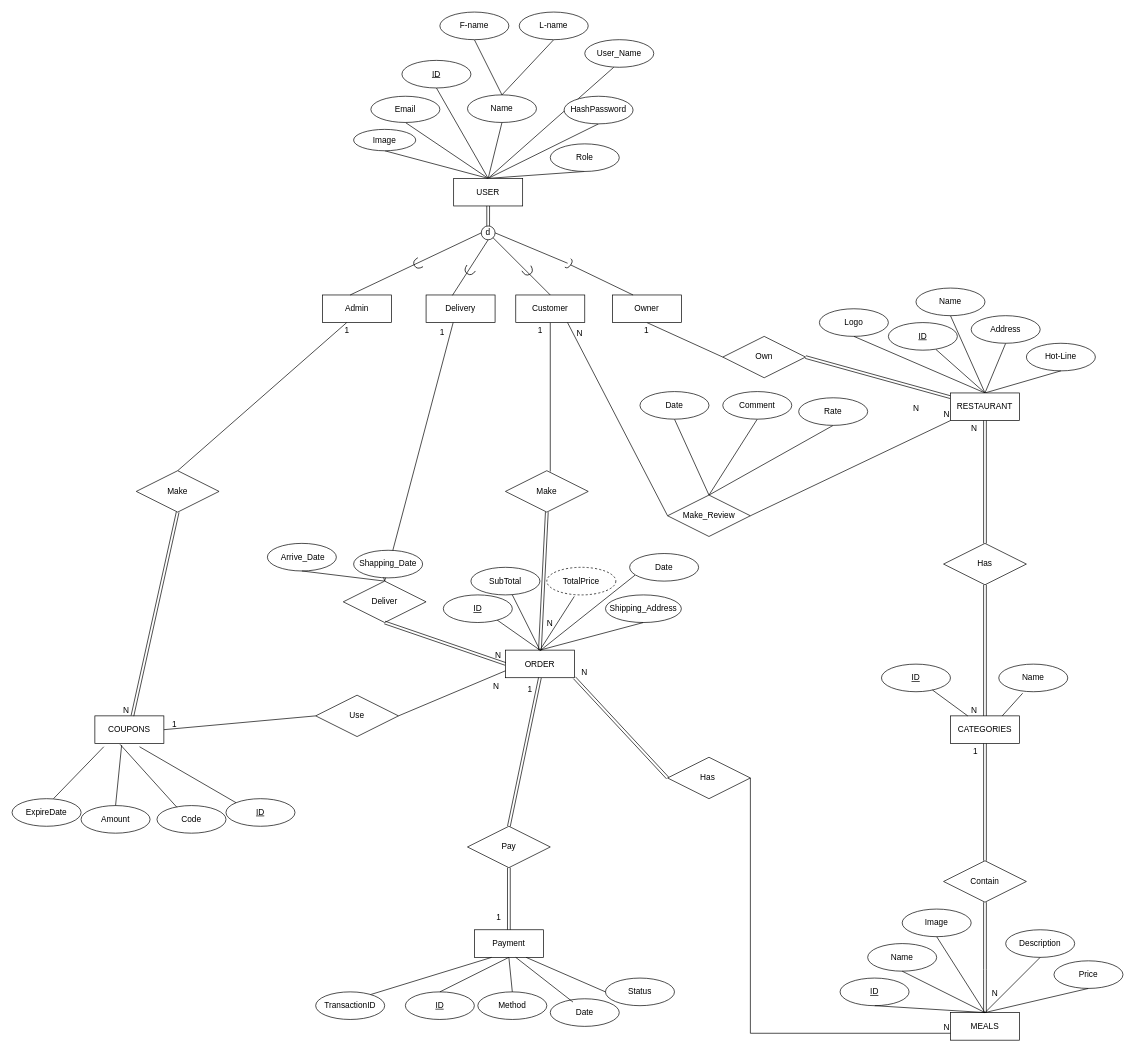
This is Online-food.drawio from aya-abdelmageed/Order-Food-Online-System, a draw.io file, before an edit. Source tidied: cells renumbered, new cells numbered last; positions are measured from the earlier drawing's top-left corner, leaving out a move shared by most shapes. Both pictures are drawn from the tidied source at 69%, with x=0, y=0 at pixel (12, 12).
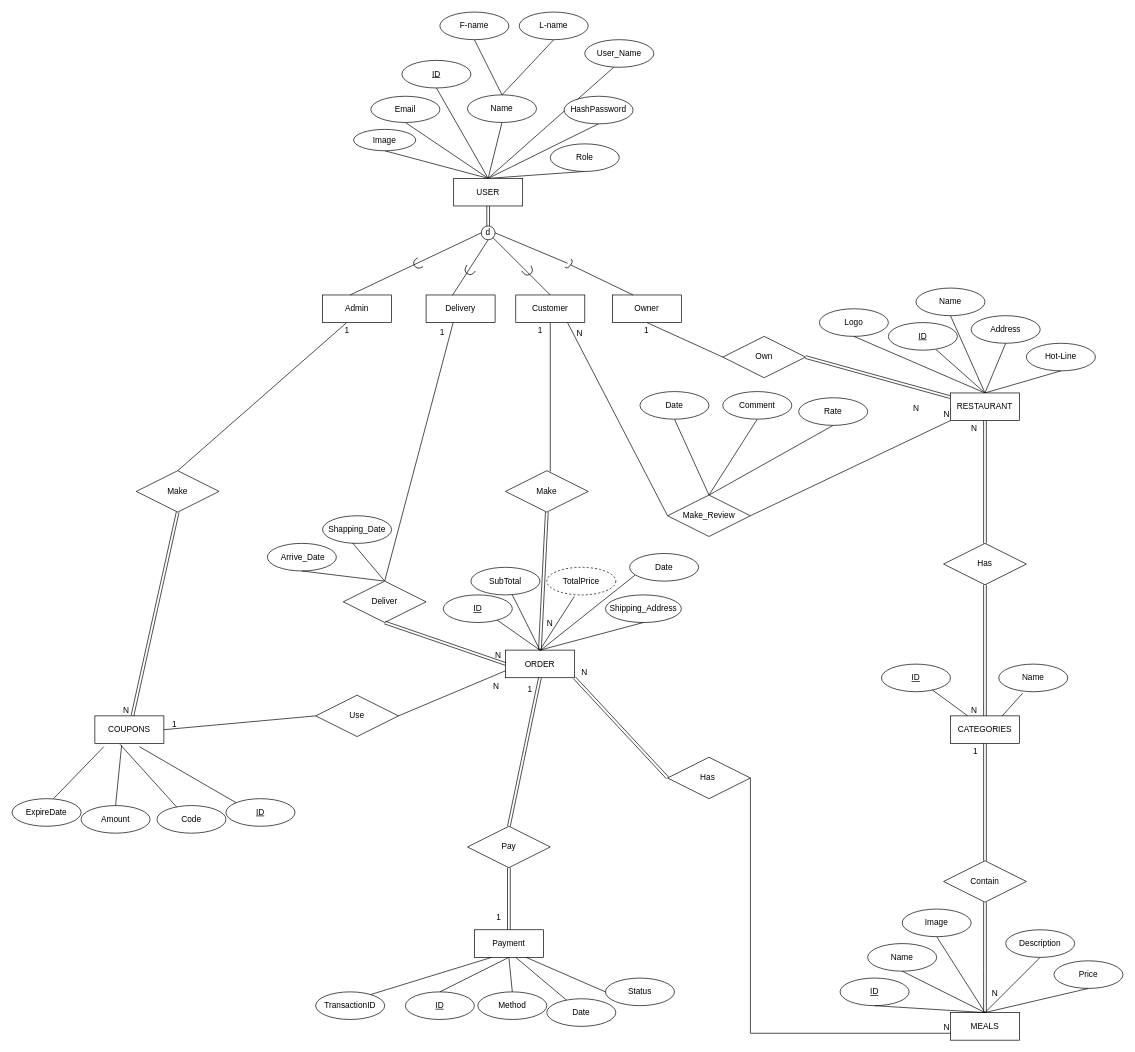
Above is the later version.

Change to the diagram source:
```diff
@@
     <mxCell id="107" value="Date" style="ellipse;whiteSpace=wrap;html=1;align=center;labelBackgroundColor=none;" parent="1" vertex="1">
-      <mxGeometry x="780" y="1430" width="100" height="40" as="geometry" />
+      <mxGeometry x="775" y="1430" width="100" height="40" as="geometry" />
     </mxCell>
-    <mxCell id="108" style="endArrow=none;html=1;rounded=0;exitX=0.329;exitY=0.119;exitDx=0;exitDy=0;exitPerimeter=0;" parent="1" edge="1" source="107">
+    <mxCell id="108" style="endArrow=none;html=1;rounded=0;" parent="1" edge="1" source="107">
       <mxGeometry relative="1" as="geometry">
         <mxPoint x="730" y="1370" as="targetPoint" />
       </mxGeometry>
     </mxCell>
@@
     <mxCell id="110" value="Shapping_Date" style="ellipse;whiteSpace=wrap;html=1;align=center;labelBackgroundColor=none;" parent="1" vertex="1">
-      <mxGeometry x="495" y="780" width="100" height="40" as="geometry" />
+      <mxGeometry x="450" y="730" width="100" height="40" as="geometry" />
     </mxCell>
```
